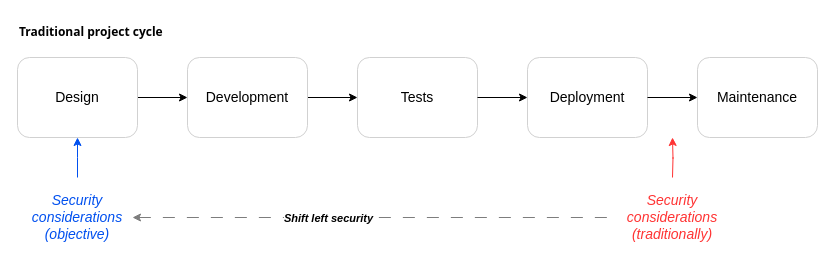
The draw.io diagram eng/images/2023_shift_left_security.drawio in flavienbwk/book-devops, before the edit. Source tidied: cells renumbered, new cells numbered last; positions are measured from the earlier drawing's top-left corner, leaving out a move shared by most shapes. Both pictures are drawn from the tidied source at 100%, with x=0, y=0 at pixel (17, 17).
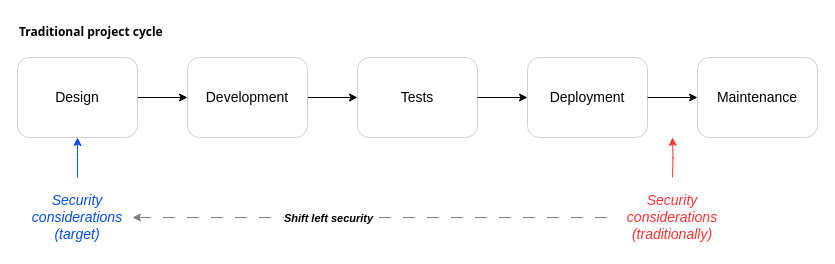
Above is the later version.

Diff of the diagram source:
```diff
@@
-    <mxCell id="9" value="&lt;font color=&quot;#0050ef&quot;&gt;&lt;i&gt;&lt;div&gt;Security considerations&lt;/div&gt;&lt;div&gt;(objective)&lt;/div&gt;&lt;/i&gt;&lt;/font&gt;" style="text;html=1;strokeColor=none;fillColor=none;align=center;verticalAlign=middle;whiteSpace=wrap;rounded=0;fontSize=14;" parent="1" vertex="1">
+    <mxCell id="9" value="&lt;font color=&quot;#0050ef&quot;&gt;&lt;i&gt;&lt;div&gt;Security considerations&lt;/div&gt;&lt;div&gt;(target)&lt;/div&gt;&lt;/i&gt;&lt;/font&gt;" style="text;html=1;strokeColor=none;fillColor=none;align=center;verticalAlign=middle;whiteSpace=wrap;rounded=0;fontSize=14;" parent="1" vertex="1">
       <mxGeometry x="5" y="170" width="110" height="60" as="geometry" />
     </mxCell>
```
